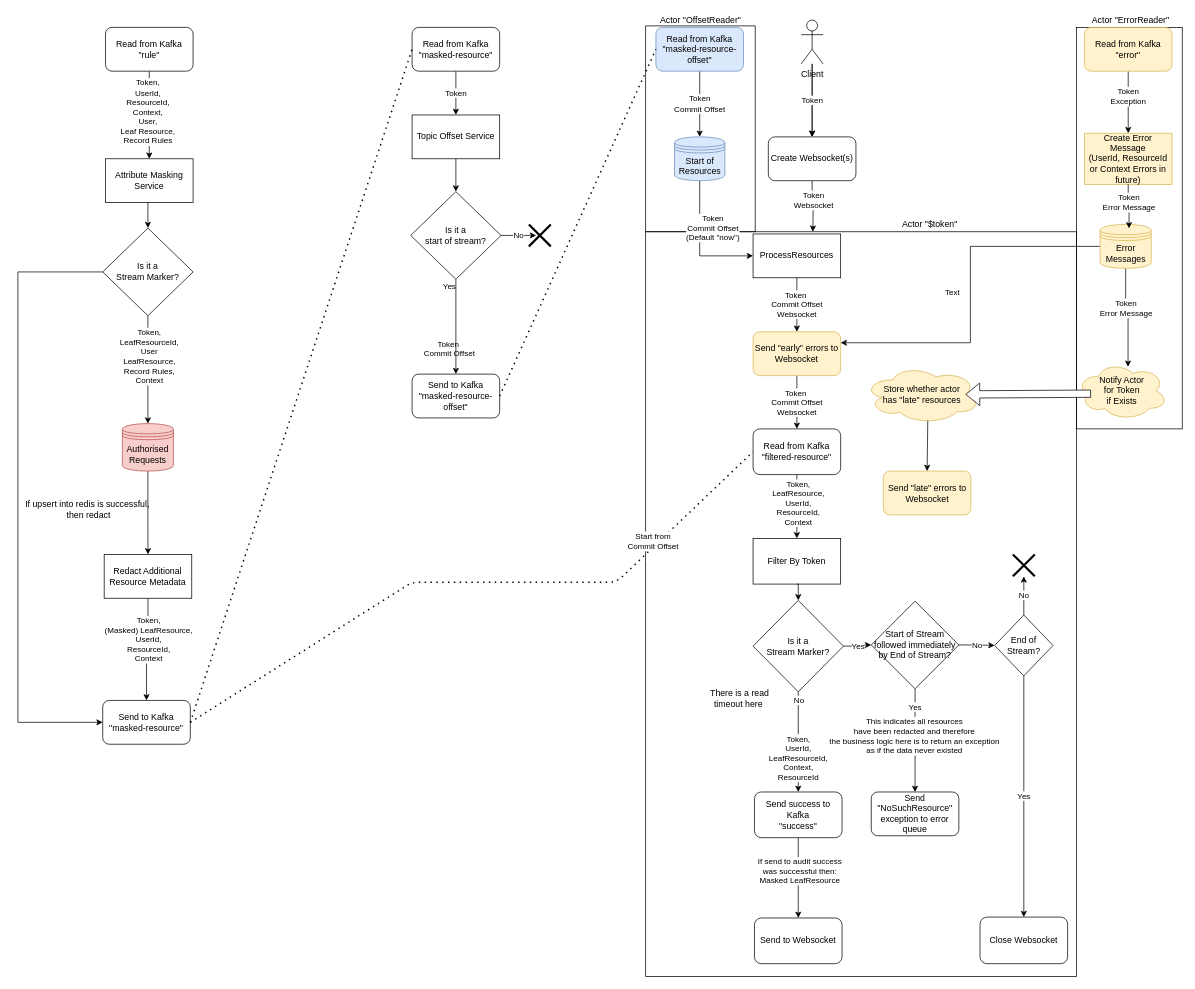
gchq/Palisade-services keeps this draw.io diagram as filtered-resource-service/doc/Filtered-Resource-Service-ML.drawio. Above is the earlier version. Source tidied: cells renumbered, new cells numbered last; positions are measured from the earlier drawing's top-left corner, leaving out a move shared by most shapes. Both pictures are drawn from the tidied source at 73%, with x=0, y=0 at pixel (18, 12).
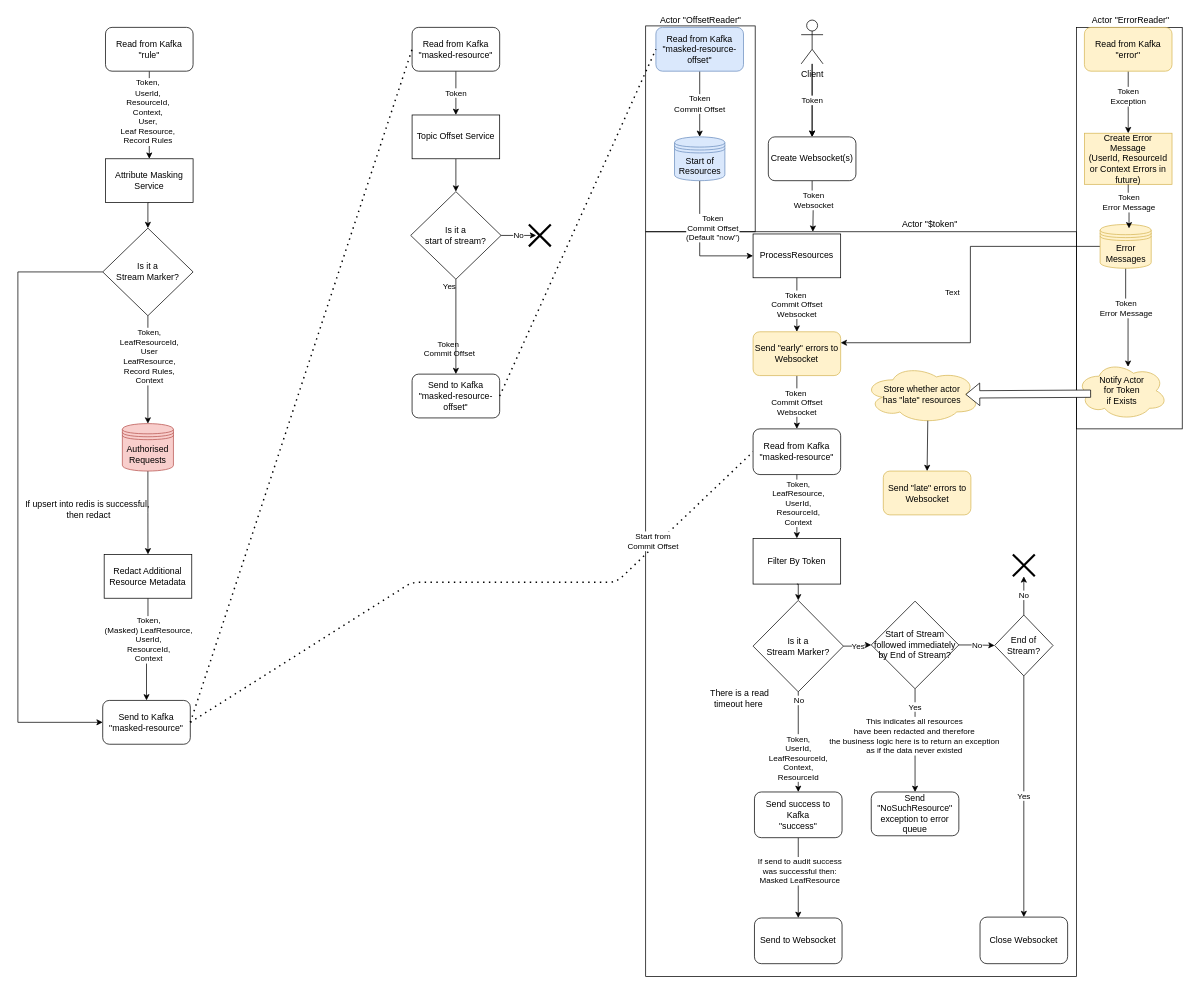
The same diagram, later.

Diff of the diagram source:
```diff
@@
-    <mxCell id="35" value="&lt;div&gt;Read from Kafka&lt;/div&gt;&lt;div&gt;&quot;filtered-resource&quot;&lt;br&gt;&lt;/div&gt;" style="rounded=1;whiteSpace=wrap;html=1;" parent="1" vertex="1">
+    <mxCell id="35" value="&lt;div&gt;Read from Kafka&lt;/div&gt;&lt;div&gt;&quot;masked-resource&quot;&lt;br&gt;&lt;/div&gt;" style="rounded=1;whiteSpace=wrap;html=1;" parent="1" vertex="1">
       <mxGeometry x="1007.1" y="570" width="120" height="62.6" as="geometry" />
     </mxCell>
```
